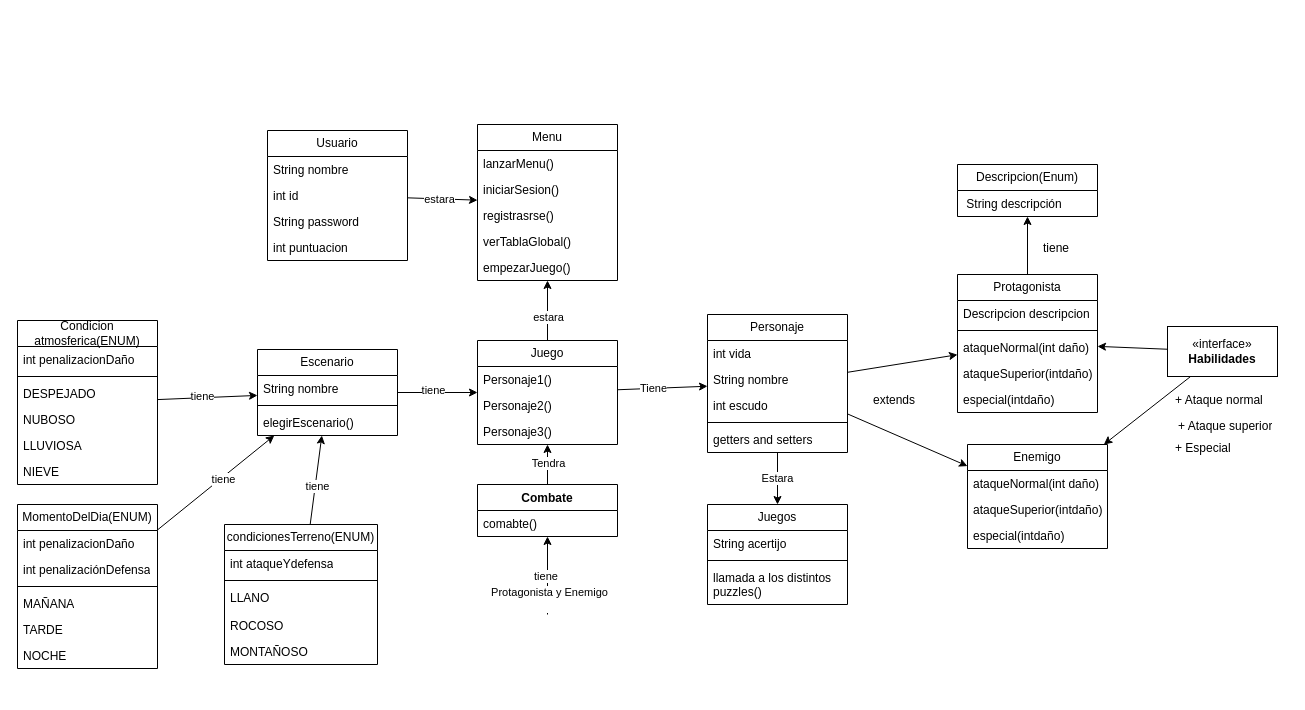
This is AventuraConversacional2/diagramaDeClases.drawio from HugoGarciaAlvarez/aventuraConversacional, a draw.io file, before an edit. Source tidied: cells renumbered, new cells numbered last; positions are measured from the earlier drawing's top-left corner, leaving out a move shared by most shapes. Both pictures are drawn from the tidied source at 100%, with x=0, y=0 at pixel (17, 124).
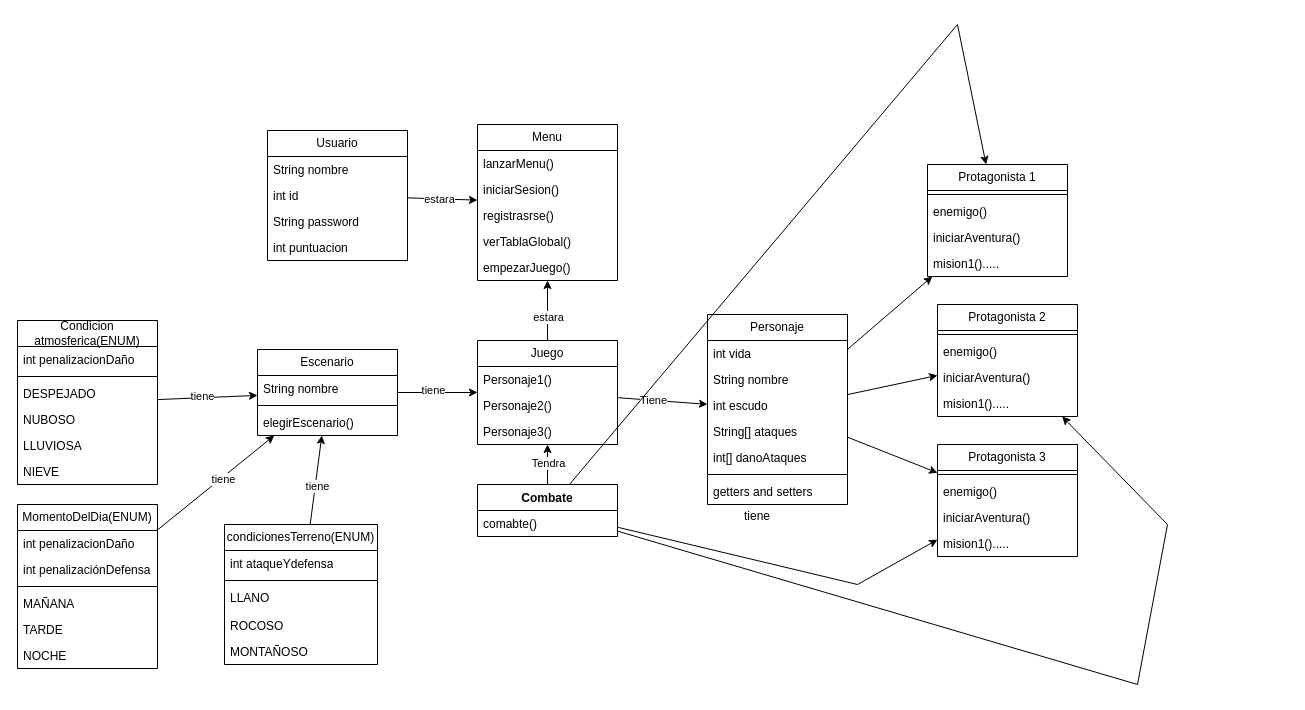
After the change.

Unchanged cells that the change refers to:
```xml
<mxCell id="56" value="Combate" style="swimlane;fontStyle=1;align=center;verticalAlign=top;horizontal=1;startSize=26;whiteSpace=wrap;html=1;" parent="1" vertex="1">
  <mxGeometry x="460" y="360" width="140" height="52" as="geometry" />
</mxCell>
```

Diff of the diagram source:
```diff
@@
     <mxCell id="2" value="Personaje" style="swimlane;fontStyle=0;horizontal=1;startSize=26;fillColor=none;whiteSpace=wrap;html=1;" parent="1" vertex="1">
-      <mxGeometry x="690" y="190" width="140" height="138" as="geometry" />
+      <mxGeometry x="690" y="190" width="140" height="190" as="geometry" />
     </mxCell>
@@
+    <mxCell id="97" value="String[] ataques" style="text;strokeColor=none;fillColor=none;align=left;verticalAlign=top;spacingLeft=4;spacingRight=4;overflow=hidden;whiteSpace=wrap;html=1;" parent="2" vertex="1">
+      <mxGeometry y="104" width="140" height="26" as="geometry" />
+    </mxCell>
+    <mxCell id="98" value="int[] danoAtaques" style="text;strokeColor=none;fillColor=none;align=left;verticalAlign=top;spacingLeft=4;spacingRight=4;overflow=hidden;whiteSpace=wrap;html=1;" parent="2" vertex="1">
+      <mxGeometry y="130" width="140" height="26" as="geometry" />
+    </mxCell>
     <mxCell id="6" style="line;strokeWidth=1;fillColor=none;align=left;verticalAlign=middle;spacingTop=-1;spacingLeft=3;spacingRight=3;labelPosition=right;strokeColor=inherit;" parent="2" vertex="1">
-      <mxGeometry y="104" width="140" height="8" as="geometry" />
+      <mxGeometry y="156" width="140" height="8" as="geometry" />
     </mxCell>
     <mxCell id="7" value="getters and setters" style="text;strokeColor=none;fillColor=none;align=left;verticalAlign=top;spacingLeft=4;spacingRight=4;overflow=hidden;whiteSpace=wrap;html=1;" parent="2" vertex="1">
-      <mxGeometry y="112" width="140" height="26" as="geometry" />
+      <mxGeometry y="164" width="140" height="26" as="geometry" />
     </mxCell>
-    <mxCell id="8" style="edgeStyle=orthogonalEdgeStyle;rounded=0;jettySize=auto;html=1;exitX=0.5;exitY=0;exitDx=0;exitDy=0;" parent="1" edge="1" source="9" target="17">
-      <mxGeometry relative="1" as="geometry" />
-    </mxCell>
-    <mxCell id="9" value="Protagonista" style="swimlane;fontStyle=0;horizontal=1;startSize=26;fillColor=none;whiteSpace=wrap;html=1;" parent="1" vertex="1">
-      <mxGeometry x="940" y="150" width="140" height="138" as="geometry" />
-    </mxCell>
-    <mxCell id="10" value="Descripcion descripcion" style="text;strokeColor=none;fillColor=none;align=left;verticalAlign=top;spacingLeft=4;spacingRight=4;overflow=hidden;whiteSpace=wrap;html=1;" parent="9" vertex="1">
-      <mxGeometry y="26" width="140" height="26" as="geometry" />
-    </mxCell>
-    <mxCell id="11" style="line;strokeWidth=1;fillColor=none;align=left;verticalAlign=middle;spacingTop=-1;spacingLeft=3;spacingRight=3;labelPosition=right;strokeColor=inherit;" parent="9" vertex="1">
-      <mxGeometry y="52" width="140" height="8" as="geometry" />
-    </mxCell>
-    <mxCell id="12" value="ataqueNormal(int daño)" style="text;strokeColor=none;fillColor=none;align=left;verticalAlign=top;spacingLeft=4;spacingRight=4;overflow=hidden;whiteSpace=wrap;html=1;" parent="9" vertex="1">
-      <mxGeometry y="60" width="140" height="26" as="geometry" />
-    </mxCell>
-    <mxCell id="13" value="ataqueSuperior(intdaño)&lt;div&gt;&lt;br&gt;&lt;/div&gt;" style="text;strokeColor=none;fillColor=none;align=left;verticalAlign=top;spacingLeft=4;spacingRight=4;overflow=hidden;whiteSpace=wrap;html=1;" parent="9" vertex="1">
-      <mxGeometry y="86" width="140" height="26" as="geometry" />
-    </mxCell>
-    <mxCell id="14" value="especial(intdaño)" style="text;strokeColor=none;fillColor=none;align=left;verticalAlign=top;spacingLeft=4;spacingRight=4;overflow=hidden;whiteSpace=wrap;html=1;" parent="9" vertex="1">
-      <mxGeometry y="112" width="140" height="26" as="geometry" />
-    </mxCell>
-    <mxCell id="15" style="endArrow=classic;html=1;rounded=0;" parent="1" edge="1" source="2" target="9">
+    <mxCell id="15" style="endArrow=classic;html=1;rounded=0;" parent="1" edge="1" source="2" target="99">
       <mxGeometry relative="1" as="geometry" />
     </mxCell>
-    <mxCell id="16" value="extends" style="text;strokeColor=none;fillColor=none;align=left;verticalAlign=top;spacingLeft=4;spacingRight=4;overflow=hidden;whiteSpace=wrap;html=1;" parent="1" vertex="1">
-      <mxGeometry x="850" y="262" width="58" height="26" as="geometry" />
-    </mxCell>
-    <mxCell id="17" value="Descripcion(Enum)" style="swimlane;fontStyle=0;horizontal=1;startSize=26;fillColor=none;whiteSpace=wrap;html=1;" parent="1" vertex="1">
-      <mxGeometry x="940" y="40" width="140" height="52" as="geometry" />
-    </mxCell>
-    <mxCell id="18" value="&amp;nbsp;String descripción" style="text;strokeColor=none;fillColor=none;align=left;verticalAlign=top;spacingLeft=4;spacingRight=4;overflow=hidden;whiteSpace=wrap;html=1;" parent="17" vertex="1">
-      <mxGeometry y="26" width="140" height="26" as="geometry" />
-    </mxCell>
-    <mxCell id="19" value="Enemigo" style="swimlane;fontStyle=0;horizontal=1;startSize=26;fillColor=none;whiteSpace=wrap;html=1;" parent="1" vertex="1">
-      <mxGeometry x="950" y="320" width="140" height="104" as="geometry" />
-    </mxCell>
-    <mxCell id="20" value="ataqueNormal(int daño)" style="text;strokeColor=none;fillColor=none;align=left;verticalAlign=top;spacingLeft=4;spacingRight=4;overflow=hidden;whiteSpace=wrap;html=1;" parent="19" vertex="1">
-      <mxGeometry y="26" width="140" height="26" as="geometry" />
-    </mxCell>
-    <mxCell id="21" value="ataqueSuperior(intdaño)&lt;div&gt;&lt;br&gt;&lt;/div&gt;" style="text;strokeColor=none;fillColor=none;align=left;verticalAlign=top;spacingLeft=4;spacingRight=4;overflow=hidden;whiteSpace=wrap;html=1;" parent="19" vertex="1">
-      <mxGeometry y="52" width="140" height="26" as="geometry" />
-    </mxCell>
-    <mxCell id="22" value="especial(intdaño)" style="text;strokeColor=none;fillColor=none;align=left;verticalAlign=top;spacingLeft=4;spacingRight=4;overflow=hidden;whiteSpace=wrap;html=1;" parent="19" vertex="1">
-      <mxGeometry y="78" width="140" height="26" as="geometry" />
-    </mxCell>
-    <mxCell id="23" style="endArrow=classic;html=1;rounded=0;" parent="1" edge="1" source="2" target="19">
-      <mxGeometry relative="1" as="geometry" />
-    </mxCell>
-    <mxCell id="24" value="«interface»&lt;br&gt;&lt;b&gt;Habilidades&lt;/b&gt;" style="html=1;whiteSpace=wrap;" parent="1" vertex="1">
-      <mxGeometry x="1150" y="202" width="110" height="50" as="geometry" />
-    </mxCell>
-    <mxCell id="25" style="endArrow=classic;html=1;rounded=0;" parent="1" edge="1" source="24" target="19">
-      <mxGeometry relative="1" as="geometry" />
-    </mxCell>
-    <mxCell id="26" style="endArrow=classic;html=1;rounded=0;" parent="1" edge="1" source="24" target="9">
-      <mxGeometry relative="1" as="geometry" />
-    </mxCell>
-    <mxCell id="27" value="+ Ataque normal" style="text;strokeColor=none;fillColor=none;align=left;verticalAlign=top;spacingLeft=4;spacingRight=4;overflow=hidden;whiteSpace=wrap;html=1;" parent="1" vertex="1">
-      <mxGeometry x="1152" y="262" width="100" height="26" as="geometry" />
-    </mxCell>
-    <mxCell id="28" value="+ Ataque superior" style="text;strokeColor=none;fillColor=none;align=left;verticalAlign=top;spacingLeft=4;spacingRight=4;overflow=hidden;whiteSpace=wrap;html=1;" parent="1" vertex="1">
-      <mxGeometry x="1155" y="288" width="115" height="22" as="geometry" />
-    </mxCell>
-    <mxCell id="29" value="+ Especial" style="text;strokeColor=none;fillColor=none;align=left;verticalAlign=top;spacingLeft=4;spacingRight=4;overflow=hidden;whiteSpace=wrap;html=1;" parent="1" vertex="1">
-      <mxGeometry x="1152" y="310" width="100" height="26" as="geometry" />
-    </mxCell>
-    <mxCell id="30" value="tiene&lt;div&gt;&lt;br&gt;&lt;/div&gt;" style="text;strokeColor=none;fillColor=none;align=left;verticalAlign=top;spacingLeft=4;spacingRight=4;overflow=hidden;whiteSpace=wrap;html=1;" parent="1" vertex="1">
-      <mxGeometry x="1020" y="110" width="100" height="26" as="geometry" />
-    </mxCell>
-    <mxCell id="31" value="Juegos" style="swimlane;fontStyle=0;horizontal=1;startSize=26;fillColor=none;whiteSpace=wrap;html=1;" parent="1" vertex="1">
-      <mxGeometry x="690" y="380" width="140" height="100" as="geometry" />
-    </mxCell>
-    <mxCell id="32" value="String acertijo" style="text;strokeColor=none;fillColor=none;align=left;verticalAlign=top;spacingLeft=4;spacingRight=4;overflow=hidden;whiteSpace=wrap;html=1;" parent="31" vertex="1">
-      <mxGeometry y="26" width="140" height="26" as="geometry" />
-    </mxCell>
-    <mxCell id="33" style="line;strokeWidth=1;fillColor=none;align=left;verticalAlign=middle;spacingTop=-1;spacingLeft=3;spacingRight=3;labelPosition=right;strokeColor=inherit;" parent="31" vertex="1">
-      <mxGeometry y="52" width="140" height="8" as="geometry" />
-    </mxCell>
-    <mxCell id="34" value="llamada a los distintos puzzles()" style="text;strokeColor=none;fillColor=none;align=left;verticalAlign=top;spacingLeft=4;spacingRight=4;overflow=hidden;whiteSpace=wrap;html=1;" parent="31" vertex="1">
-      <mxGeometry y="60" width="140" height="40" as="geometry" />
-    </mxCell>
-    <mxCell id="35" style="endArrow=classic;html=1;rounded=0;" parent="1" edge="1" source="2" target="31">
-      <mxGeometry relative="1" as="geometry" />
-    </mxCell>
-    <mxCell id="36" value="Estara" style="edgeLabel;html=1;align=center;verticalAlign=middle;" parent="35" vertex="1">
-      <mxGeometry x="-0.05" y="-1" relative="1" as="geometry" />
-    </mxCell>
@@
-    <mxCell id="94" style="endArrow=classic;html=1;rounded=0;" parent="1" edge="1" target="56">
-      <mxGeometry relative="1" as="geometry">
-        <mxPoint x="530" y="490" as="sourcePoint" />
-      </mxGeometry>
-    </mxCell>
-    <mxCell id="95" value="tiene&amp;nbsp;" style="edgeLabel;html=1;align=center;verticalAlign=middle;" parent="94" vertex="1">
-      <mxGeometry x="-0.01" y="1" relative="1" as="geometry" />
-    </mxCell>
-    <mxCell id="96" value="Protagonista y Enemigo&lt;div&gt;&lt;br&gt;&lt;/div&gt;" style="edgeLabel;html=1;align=center;verticalAlign=middle;" parent="94" vertex="1">
-      <mxGeometry x="-0.59" y="-1" relative="1" as="geometry" />
-    </mxCell>
+    <mxCell id="99" value="Protagonista 1" style="swimlane;fontStyle=0;horizontal=1;startSize=26;fillColor=none;whiteSpace=wrap;html=1;" parent="1" vertex="1">
+      <mxGeometry x="910" y="40" width="140" height="112" as="geometry" />
+    </mxCell>
+    <mxCell id="100" style="line;strokeWidth=1;fillColor=none;align=left;verticalAlign=middle;spacingTop=-1;spacingLeft=3;spacingRight=3;labelPosition=right;strokeColor=inherit;" parent="99" vertex="1">
+      <mxGeometry y="26" width="140" height="8" as="geometry" />
+    </mxCell>
+    <mxCell id="101" value="enemigo()&lt;div&gt;&lt;br&gt;&lt;/div&gt;" style="text;strokeColor=none;fillColor=none;align=left;verticalAlign=top;spacingLeft=4;spacingRight=4;overflow=hidden;whiteSpace=wrap;html=1;" parent="99" vertex="1">
+      <mxGeometry y="34" width="140" height="26" as="geometry" />
+    </mxCell>
+    <mxCell id="102" value="iniciarAventura()" style="text;strokeColor=none;fillColor=none;align=left;verticalAlign=top;spacingLeft=4;spacingRight=4;overflow=hidden;whiteSpace=wrap;html=1;" parent="99" vertex="1">
+      <mxGeometry y="60" width="140" height="26" as="geometry" />
+    </mxCell>
+    <mxCell id="103" value="mision1()....." style="text;strokeColor=none;fillColor=none;align=left;verticalAlign=top;spacingLeft=4;spacingRight=4;overflow=hidden;whiteSpace=wrap;html=1;" parent="99" vertex="1">
+      <mxGeometry y="86" width="140" height="26" as="geometry" />
+    </mxCell>
+    <mxCell id="104" value="tiene" style="text;html=1;align=center;verticalAlign=middle;whiteSpace=wrap;rounded=0;" parent="1" vertex="1">
+      <mxGeometry x="710" y="377" width="60" height="30" as="geometry" />
+    </mxCell>
+    <mxCell id="105" value="Protagonista 2" style="swimlane;fontStyle=0;horizontal=1;startSize=26;fillColor=none;whiteSpace=wrap;html=1;" parent="1" vertex="1">
+      <mxGeometry x="920" y="180" width="140" height="112" as="geometry" />
+    </mxCell>
+    <mxCell id="106" style="line;strokeWidth=1;fillColor=none;align=left;verticalAlign=middle;spacingTop=-1;spacingLeft=3;spacingRight=3;labelPosition=right;strokeColor=inherit;" parent="105" vertex="1">
+      <mxGeometry y="26" width="140" height="8" as="geometry" />
+    </mxCell>
+    <mxCell id="107" value="enemigo()&lt;div&gt;&lt;br&gt;&lt;/div&gt;" style="text;strokeColor=none;fillColor=none;align=left;verticalAlign=top;spacingLeft=4;spacingRight=4;overflow=hidden;whiteSpace=wrap;html=1;" parent="105" vertex="1">
+      <mxGeometry y="34" width="140" height="26" as="geometry" />
+    </mxCell>
+    <mxCell id="108" value="iniciarAventura()" style="text;strokeColor=none;fillColor=none;align=left;verticalAlign=top;spacingLeft=4;spacingRight=4;overflow=hidden;whiteSpace=wrap;html=1;" parent="105" vertex="1">
+      <mxGeometry y="60" width="140" height="26" as="geometry" />
+    </mxCell>
+    <mxCell id="109" value="mision1()....." style="text;strokeColor=none;fillColor=none;align=left;verticalAlign=top;spacingLeft=4;spacingRight=4;overflow=hidden;whiteSpace=wrap;html=1;" parent="105" vertex="1">
+      <mxGeometry y="86" width="140" height="26" as="geometry" />
+    </mxCell>
+    <mxCell id="110" value="Protagonista 3" style="swimlane;fontStyle=0;horizontal=1;startSize=26;fillColor=none;whiteSpace=wrap;html=1;" parent="1" vertex="1">
+      <mxGeometry x="920" y="320" width="140" height="112" as="geometry" />
+    </mxCell>
+    <mxCell id="111" style="line;strokeWidth=1;fillColor=none;align=left;verticalAlign=middle;spacingTop=-1;spacingLeft=3;spacingRight=3;labelPosition=right;strokeColor=inherit;" parent="110" vertex="1">
+      <mxGeometry y="26" width="140" height="8" as="geometry" />
+    </mxCell>
+    <mxCell id="112" value="enemigo()&lt;div&gt;&lt;br&gt;&lt;/div&gt;" style="text;strokeColor=none;fillColor=none;align=left;verticalAlign=top;spacingLeft=4;spacingRight=4;overflow=hidden;whiteSpace=wrap;html=1;" parent="110" vertex="1">
+      <mxGeometry y="34" width="140" height="26" as="geometry" />
+    </mxCell>
+    <mxCell id="113" value="iniciarAventura()" style="text;strokeColor=none;fillColor=none;align=left;verticalAlign=top;spacingLeft=4;spacingRight=4;overflow=hidden;whiteSpace=wrap;html=1;" parent="110" vertex="1">
+      <mxGeometry y="60" width="140" height="26" as="geometry" />
+    </mxCell>
+    <mxCell id="114" value="mision1()....." style="text;strokeColor=none;fillColor=none;align=left;verticalAlign=top;spacingLeft=4;spacingRight=4;overflow=hidden;whiteSpace=wrap;html=1;" parent="110" vertex="1">
+      <mxGeometry y="86" width="140" height="26" as="geometry" />
+    </mxCell>
+    <mxCell id="115" style="endArrow=classic;html=1;rounded=0;" parent="1" edge="1" source="2" target="105">
+      <mxGeometry relative="1" as="geometry" />
+    </mxCell>
+    <mxCell id="116" style="endArrow=classic;html=1;rounded=0;" parent="1" edge="1" source="2" target="110">
+      <mxGeometry relative="1" as="geometry" />
+    </mxCell>
+    <mxCell id="117" style="endArrow=classic;html=1;rounded=0;" parent="1" edge="1" source="56" target="110">
+      <mxGeometry relative="1" as="geometry">
+        <Array as="points">
+          <mxPoint x="840" y="460" />
+        </Array>
+      </mxGeometry>
+    </mxCell>
+    <mxCell id="118" style="endArrow=classic;html=1;rounded=0;" parent="1" edge="1" source="56" target="105">
+      <mxGeometry relative="1" as="geometry">
+        <Array as="points">
+          <mxPoint x="1120" y="560" />
+          <mxPoint x="1150" y="400" />
+        </Array>
+      </mxGeometry>
+    </mxCell>
+    <mxCell id="119" style="endArrow=classic;html=1;rounded=0;" parent="1" edge="1" source="56" target="99">
+      <mxGeometry relative="1" as="geometry">
+        <Array as="points">
+          <mxPoint x="940" y="-100" />
+        </Array>
+      </mxGeometry>
+    </mxCell>
```
